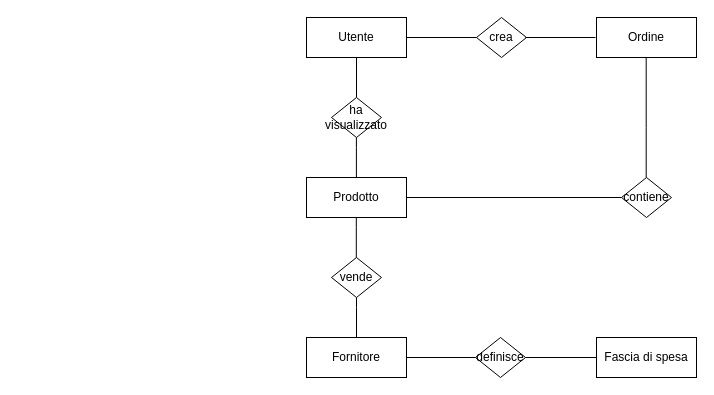
Earlier version of the draw.io diagram Diagramma ER.drawio (peetceenatoo/primo-sito-web). Source tidied: cells renumbered, new cells numbered last; positions are measured from the earlier drawing's top-left corner, leaving out a move shared by most shapes. Both pictures are drawn from the tidied source at 100%, with x=0, y=0 at pixel (306, 17).
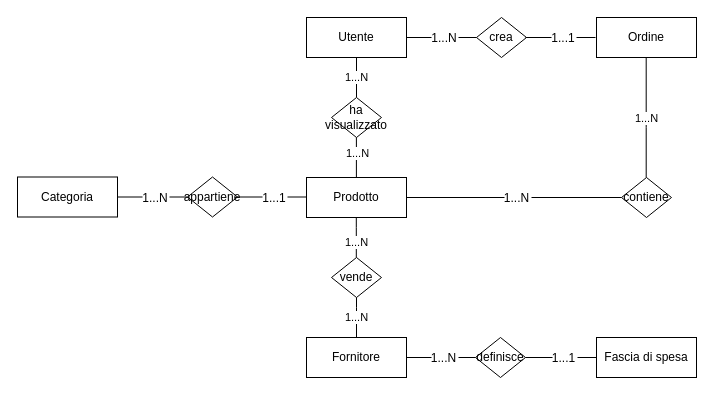
The same diagram, later.

Commit message:
Diagramma ER finito

The change refers to these unchanged cells:
```xml
<mxCell id="4" value="Utente" style="whiteSpace=wrap;html=1;align=center;fontSize=12;" parent="1" vertex="1">
  <mxGeometry width="100" height="40" as="geometry" />
</mxCell>
<mxCell id="9" value="ha visualizzato" style="shape=rhombus;perimeter=rhombusPerimeter;whiteSpace=wrap;html=1;align=center;fontSize=12;" parent="1" vertex="1">
  <mxGeometry x="25" y="80" width="50" height="40" as="geometry" />
</mxCell>
<mxCell id="14" style="edgeStyle=orthogonalEdgeStyle;rounded=0;orthogonalLoop=1;jettySize=auto;html=1;exitX=0.5;exitY=1;exitDx=0;exitDy=0;entryX=0.5;entryY=0;entryDx=0;entryDy=0;endArrow=none;endFill=0;" parent="1" edge="1">
  <mxGeometry relative="1" as="geometry">
    <mxPoint x="49.9" y="120" as="sourcePoint" />
    <mxPoint x="49.9" y="160" as="targetPoint" />
    <Array as="points">
      <mxPoint x="49.9" y="130" />
      <mxPoint x="49.9" y="130" />
    </Array>
  </mxGeometry>
</mxCell>
<mxCell id="15" style="edgeStyle=orthogonalEdgeStyle;rounded=0;orthogonalLoop=1;jettySize=auto;html=1;exitX=0.5;exitY=1;exitDx=0;exitDy=0;entryX=0.5;entryY=0;entryDx=0;entryDy=0;endArrow=none;endFill=0;" parent="1" edge="1">
  <mxGeometry relative="1" as="geometry">
    <mxPoint x="49.8" y="200" as="sourcePoint" />
    <mxPoint x="49.8" y="240" as="targetPoint" />
    <Array as="points">
      <mxPoint x="49.8" y="210" />
      <mxPoint x="49.8" y="210" />
    </Array>
  </mxGeometry>
</mxCell>
<mxCell id="18" style="edgeStyle=orthogonalEdgeStyle;rounded=0;orthogonalLoop=1;jettySize=auto;html=1;endArrow=none;endFill=0;" parent="1" edge="1">
  <mxGeometry relative="1" as="geometry">
    <mxPoint x="339.7" y="40" as="sourcePoint" />
    <mxPoint x="339.7" y="160" as="targetPoint" />
    <Array as="points">
      <mxPoint x="339.7" y="110" />
    </Array>
  </mxGeometry>
</mxCell>
```

The edit, as a diff of the source:
```diff
@@
-    <mxCell id="3" style="edgeStyle=orthogonalEdgeStyle;rounded=0;jettySize=auto;html=1;exitX=0.5;exitY=1;exitDx=0;exitDy=0;entryX=0.5;entryY=0;entryDx=0;entryDy=0;endArrow=none;endFill=0;" parent="1" edge="1" source="4" target="9">
+    <mxCell id="3" value="1...N" style="edgeStyle=orthogonalEdgeStyle;rounded=0;jettySize=auto;html=1;exitX=0.5;exitY=1;exitDx=0;exitDy=0;entryX=0.5;entryY=0;entryDx=0;entryDy=0;endArrow=none;endFill=0;" parent="1" edge="1" source="4" target="9">
       <mxGeometry relative="1" as="geometry" />
     </mxCell>
@@
-    <mxCell id="12" style="line;strokeWidth=1;dashed=0;labelPosition=center;align=center;verticalAlign=middle;spacingTop=0;spacingLeft=6;verticalLabelPosition=middle;" parent="1" vertex="1">
+    <mxCell id="12" value="1...N" style="line;strokeWidth=1;dashed=0;labelPosition=center;align=center;verticalAlign=middle;spacingTop=0;spacingLeft=6;verticalLabelPosition=middle;" parent="1" vertex="1">
       <mxGeometry x="100" y="15" width="70" height="10" as="geometry" />
     </mxCell>
-    <mxCell id="13" style="line;strokeWidth=1;dashed=0;labelPosition=center;align=center;verticalAlign=middle;spacingTop=0;spacingLeft=6;verticalLabelPosition=middle;" parent="1" vertex="1">
+    <mxCell id="13" value="1...1" style="line;strokeWidth=1;dashed=0;labelPosition=center;align=center;verticalAlign=middle;spacingTop=0;spacingLeft=6;verticalLabelPosition=middle;" parent="1" vertex="1">
       <mxGeometry x="219" y="15" width="70" height="10" as="geometry" />
     </mxCell>
@@
+    <mxCell id="23" value="1...N" style="edgeLabel;html=1;align=center;verticalAlign=middle;" parent="14" vertex="1">
+      <mxGeometry x="-0.26" y="1" relative="1" as="geometry" />
+    </mxCell>
@@
+    <mxCell id="24" value="1...N" style="edgeLabel;html=1;align=center;verticalAlign=middle;" parent="15" vertex="1">
+      <mxGeometry x="0.22" relative="1" as="geometry" />
+    </mxCell>
-    <mxCell id="16" style="edgeStyle=orthogonalEdgeStyle;rounded=0;orthogonalLoop=1;jettySize=auto;html=1;exitX=0.5;exitY=1;exitDx=0;exitDy=0;entryX=0.5;entryY=0;entryDx=0;entryDy=0;endArrow=none;endFill=0;" parent="1" edge="1">
+    <mxCell id="16" value="1...N" style="edgeStyle=orthogonalEdgeStyle;rounded=0;orthogonalLoop=1;jettySize=auto;html=1;exitX=0.5;exitY=1;exitDx=0;exitDy=0;entryX=0.5;entryY=0;entryDx=0;entryDy=0;endArrow=none;endFill=0;" parent="1" edge="1">
       <mxGeometry relative="1" as="geometry">
         <mxPoint x="50" y="280" as="sourcePoint" />
         <mxPoint x="50" y="320" as="targetPoint" />
         <Array as="points">
           <mxPoint x="50" y="290" />
           <mxPoint x="50" y="290" />
         </Array>
       </mxGeometry>
     </mxCell>
@@
+    <mxCell id="25" value="1...N" style="edgeLabel;html=1;align=center;verticalAlign=middle;" parent="18" vertex="1">
+      <mxGeometry x="-0.37" y="1" relative="1" as="geometry">
+        <mxPoint x="-1" y="22" as="offset" />
+      </mxGeometry>
+    </mxCell>
-    <mxCell id="19" style="line;strokeWidth=1;dashed=0;labelPosition=center;align=center;verticalAlign=middle;spacingTop=0;spacingLeft=6;verticalLabelPosition=middle;" parent="1" vertex="1">
+    <mxCell id="19" value="1...N" style="line;strokeWidth=1;dashed=0;labelPosition=center;align=center;verticalAlign=middle;spacingTop=0;spacingLeft=6;verticalLabelPosition=middle;" parent="1" vertex="1">
       <mxGeometry x="100" y="175" width="215" height="10" as="geometry" />
     </mxCell>
@@
-    <mxCell id="21" style="line;strokeWidth=1;dashed=0;labelPosition=center;align=center;verticalAlign=middle;spacingTop=0;spacingLeft=6;verticalLabelPosition=middle;" parent="1" vertex="1">
+    <mxCell id="21" value="1...N" style="line;strokeWidth=1;dashed=0;labelPosition=center;align=center;verticalAlign=middle;spacingTop=0;spacingLeft=6;verticalLabelPosition=middle;" parent="1" vertex="1">
       <mxGeometry x="100" y="335" width="69" height="10" as="geometry" />
     </mxCell>
-    <mxCell id="22" style="line;strokeWidth=1;dashed=0;labelPosition=center;align=center;verticalAlign=middle;spacingTop=0;spacingLeft=6;verticalLabelPosition=middle;" parent="1" vertex="1">
+    <mxCell id="22" value="1...1" style="line;strokeWidth=1;dashed=0;labelPosition=center;align=center;verticalAlign=middle;spacingTop=0;spacingLeft=6;verticalLabelPosition=middle;" parent="1" vertex="1">
       <mxGeometry x="219" y="335" width="71" height="10" as="geometry" />
     </mxCell>
+    <mxCell id="26" style="edgeStyle=orthogonalEdgeStyle;rounded=0;jettySize=auto;html=1;exitX=0.5;exitY=1;exitDx=0;exitDy=0;" parent="1" edge="1" source="27">
+      <mxGeometry relative="1" as="geometry">
+        <mxPoint x="-239.2" y="199.9" as="targetPoint" />
+      </mxGeometry>
+    </mxCell>
+    <mxCell id="27" value="Categoria" style="whiteSpace=wrap;html=1;align=center;fontSize=12;" parent="1" vertex="1">
+      <mxGeometry x="-289" y="159.5" width="100" height="40" as="geometry" />
+    </mxCell>
+    <mxCell id="28" value="appartiene" style="shape=rhombus;perimeter=rhombusPerimeter;whiteSpace=wrap;html=1;align=center;fontSize=12;" parent="1" vertex="1">
+      <mxGeometry x="-119" y="159.5" width="50" height="40" as="geometry" />
+    </mxCell>
+    <mxCell id="29" value="1...N" style="line;strokeWidth=1;dashed=0;labelPosition=center;align=center;verticalAlign=middle;spacingTop=0;spacingLeft=6;verticalLabelPosition=middle;" parent="1" vertex="1">
+      <mxGeometry x="-189" y="174.5" width="70" height="10" as="geometry" />
+    </mxCell>
+    <mxCell id="30" value="1...1" style="line;strokeWidth=1;dashed=0;labelPosition=center;align=center;verticalAlign=middle;spacingTop=0;spacingLeft=6;verticalLabelPosition=middle;" parent="1" vertex="1">
+      <mxGeometry x="-70" y="174.5" width="70" height="10" as="geometry" />
+    </mxCell>
```
